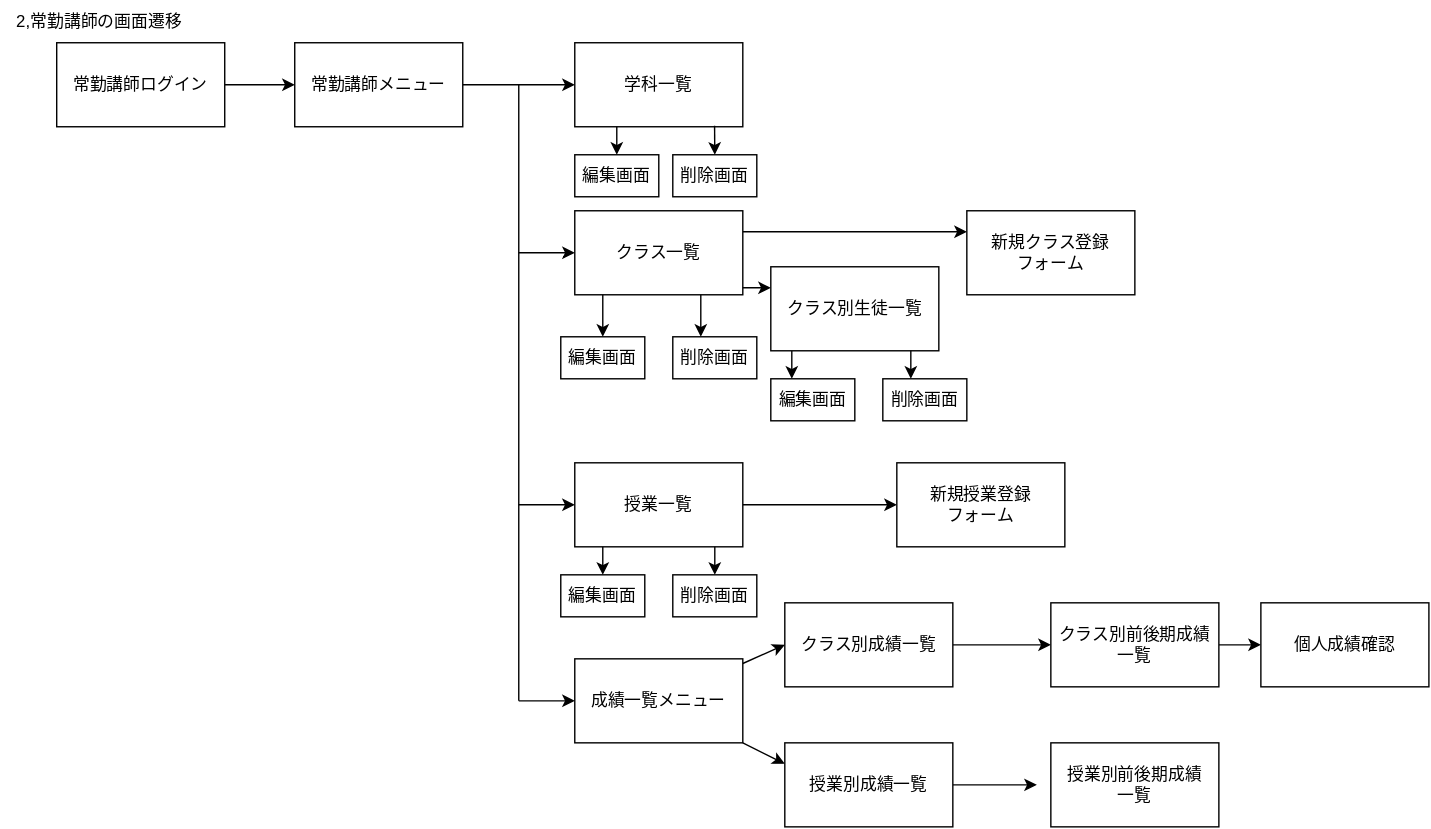
Above: teamG4.drawio.svg in Skypeace8585/uml-introduction (draw.io), before the change. Source tidied: cells renumbered, new cells last; positions are measured from the earlier drawing's top-left corner, leaving out a move shared by most shapes.
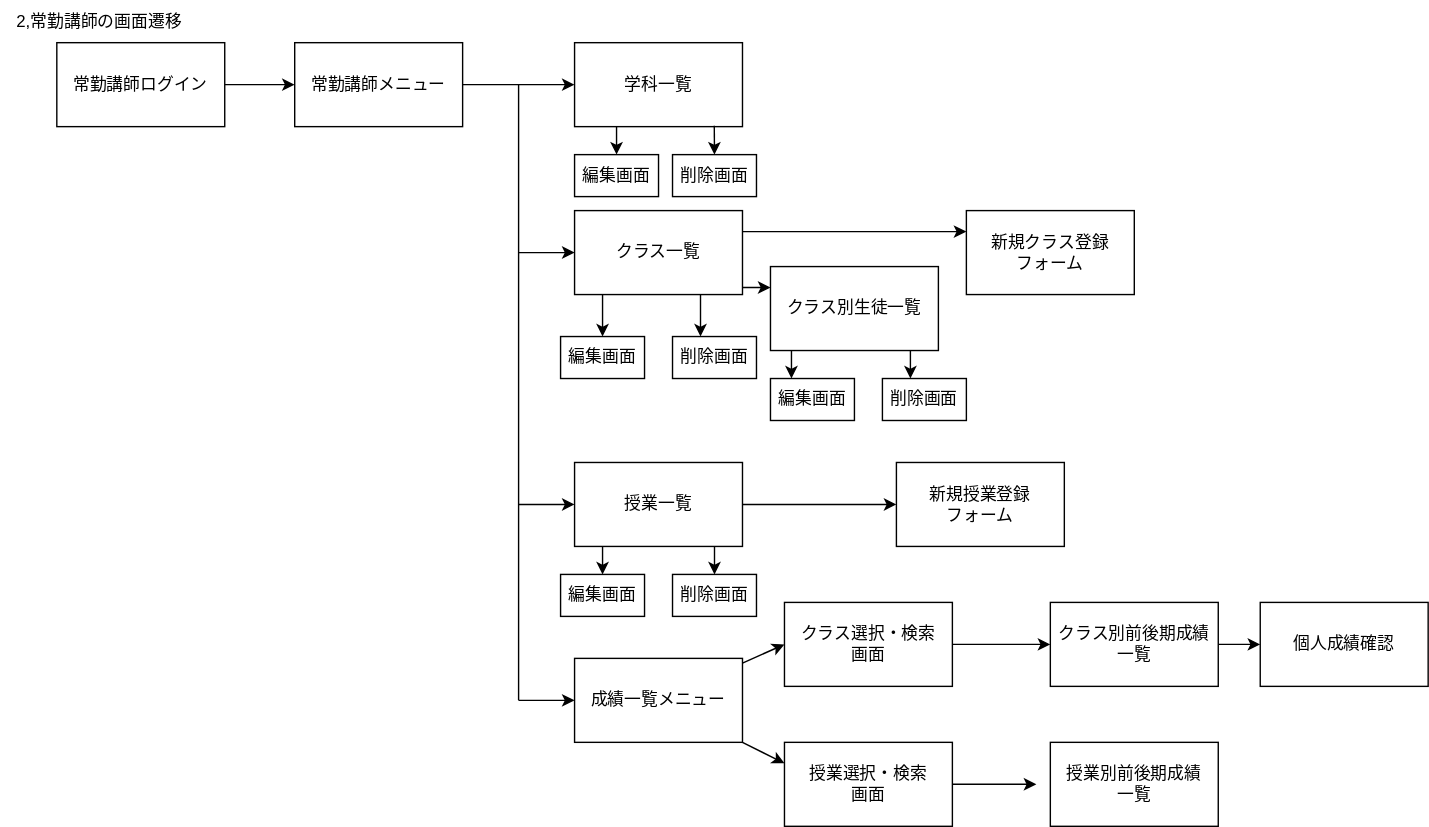
Above is the later version.

What changed in the source:
```diff
@@ -139,7 +139,7 @@
         <mxPoint x="750" y="460" as="targetPoint" />
       </mxGeometry>
     </mxCell>
-    <mxCell id="37" value="クラス別成績一覧" style="rounded=0;whiteSpace=wrap;html=1;" parent="1" vertex="1">
+    <mxCell id="37" value="クラス選択・検索&lt;br&gt;画面" style="rounded=0;whiteSpace=wrap;html=1;" parent="1" vertex="1">
       <mxGeometry x="560" y="430" width="120" height="60" as="geometry" />
     </mxCell>
     <mxCell id="38" style="edgeStyle=none;html=1;entryX=0;entryY=0.5;entryDx=0;entryDy=0;" parent="1" edge="1" source="40" target="37">
@@ -156,7 +156,7 @@
         <mxPoint x="740" y="560" as="targetPoint" />
       </mxGeometry>
     </mxCell>
-    <mxCell id="42" value="授業別成績一覧" style="rounded=0;whiteSpace=wrap;html=1;" parent="1" vertex="1">
+    <mxCell id="42" value="授業選択・検索&lt;br&gt;画面" style="rounded=0;whiteSpace=wrap;html=1;" parent="1" vertex="1">
       <mxGeometry x="560" y="530" width="120" height="60" as="geometry" />
     </mxCell>
     <mxCell id="43" style="edgeStyle=none;html=1;entryX=0;entryY=0.5;entryDx=0;entryDy=0;" parent="1" edge="1" source="44" target="46">
```
